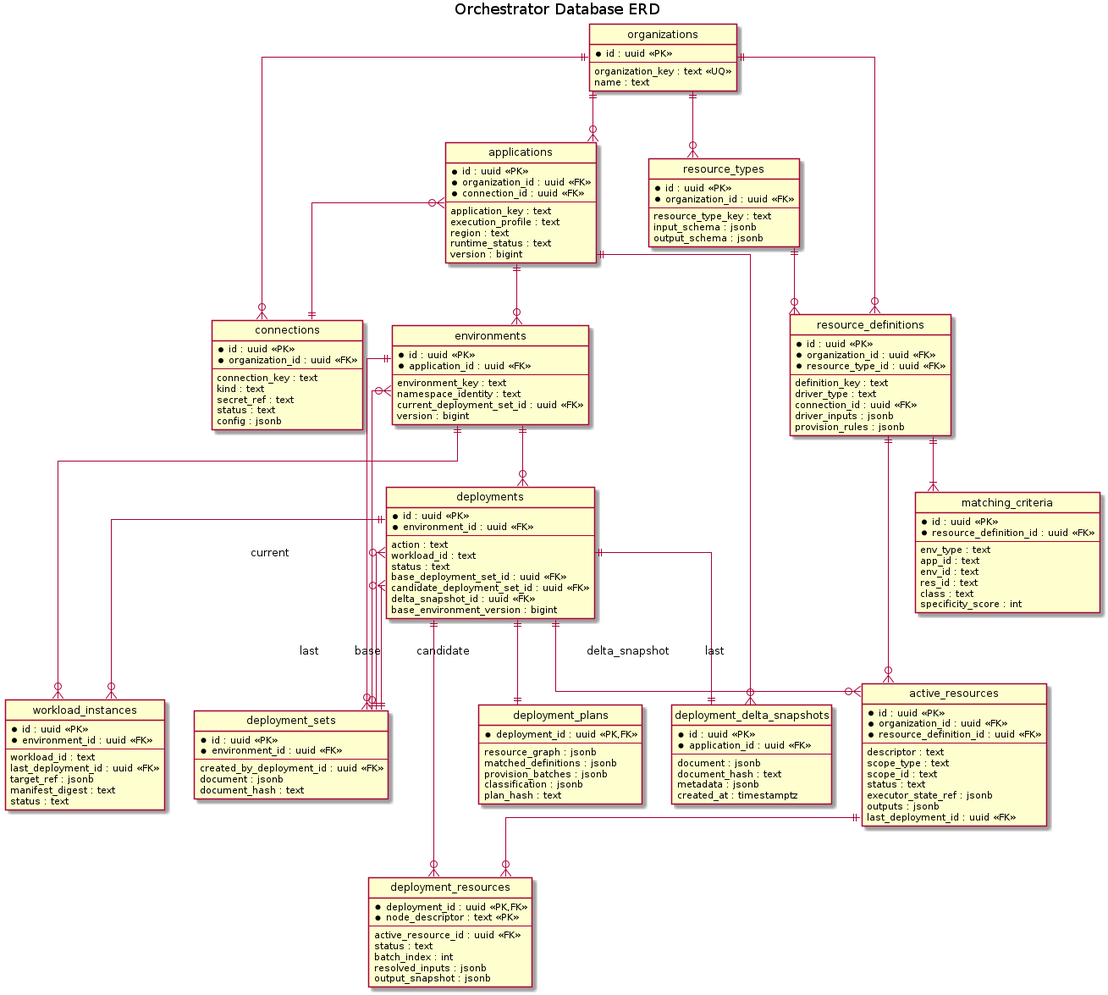
This is orchestrator_docs/architecture/database/erd.png from pr3s3nt/poc, a PlantUML export, as it was before one commit. Its source is kept beside it as orchestrator_docs/architecture/database/erd.puml.
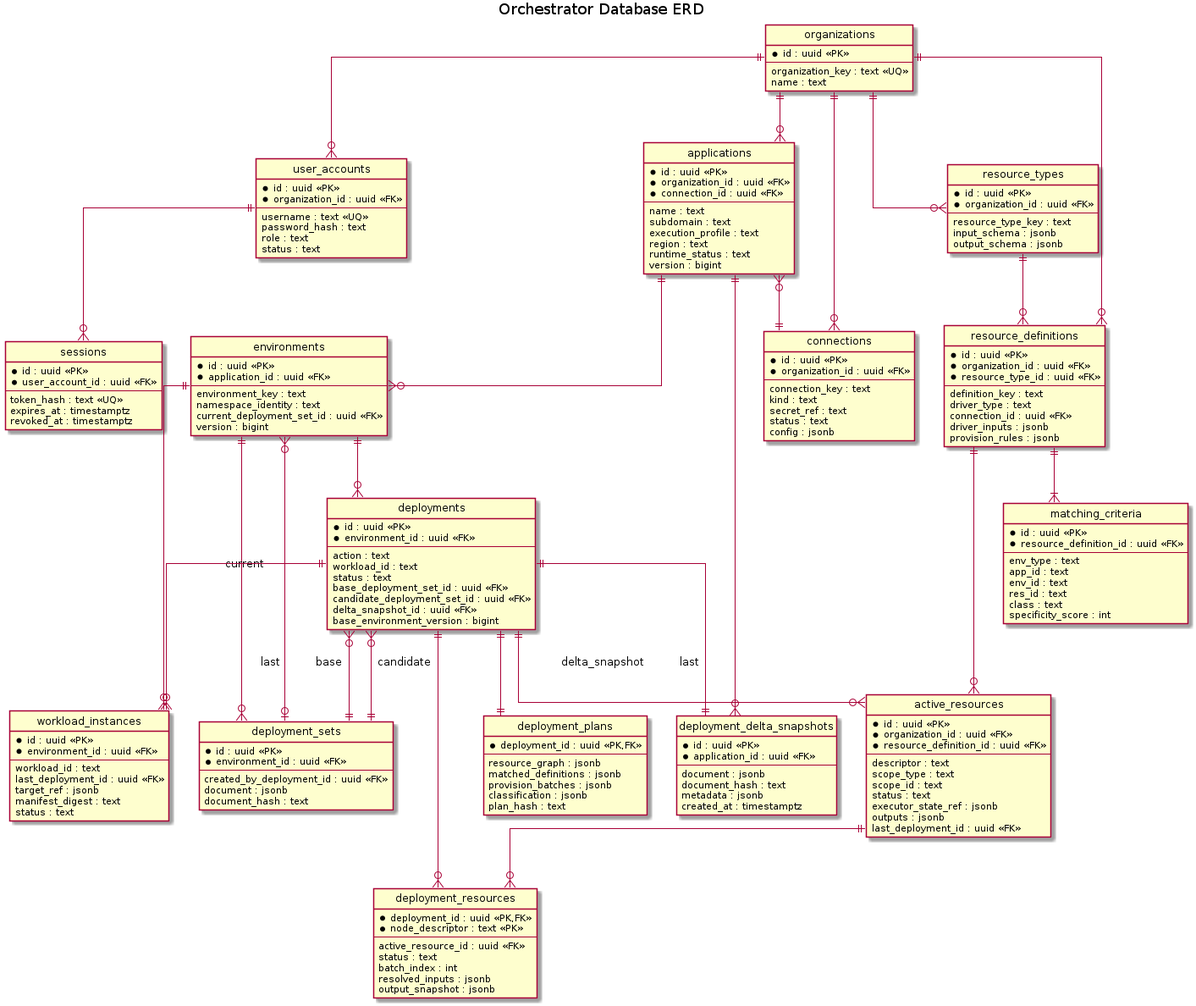
Later version of the same file.

The edit, as a diff of the source:
```diff
@@ -8,6 +8,23 @@
   --
   organization_key : text <<UQ>>
   name : text
+}
+entity user_accounts {
+  * id : uuid <<PK>>
+  * organization_id : uuid <<FK>>
+  --
+  username : text <<UQ>>
+  password_hash : text
+  role : text
+  status : text
+}
+entity sessions {
+  * id : uuid <<PK>>
+  * user_account_id : uuid <<FK>>
+  --
+  token_hash : text <<UQ>>
+  expires_at : timestamptz
+  revoked_at : timestamptz
 }
 entity connections {
   * id : uuid <<PK>>
@@ -24,7 +41,8 @@
   * organization_id : uuid <<FK>>
   * connection_id : uuid <<FK>>
   --
-  application_key : text
+  name : text
+  subdomain : text
   execution_profile : text
   region : text
   runtime_status : text
@@ -142,6 +160,8 @@
 }
 
 organizations ||--o{ connections
+organizations ||--o{ user_accounts
+user_accounts ||--o{ sessions
 organizations ||--o{ applications
 organizations ||--o{ resource_types
 organizations ||--o{ resource_definitions
```
